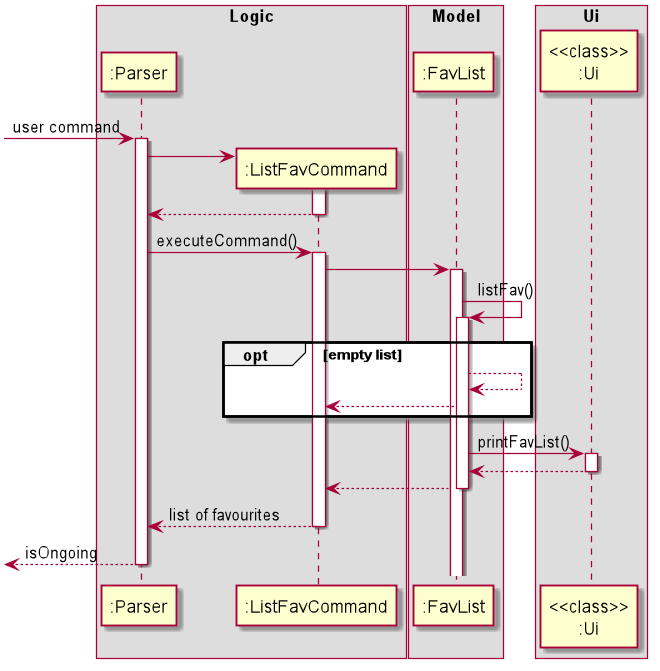
Above: docs/DG_Diagrams/ListFavSequence.png in nus-cs2113-AY2021S1/tp (PlantUML), before the change. Its diagram source:
```plantuml
@startuml

box Logic
participant ":Parser"
participant ":ListFavCommand"
end box
box Model
participant ":FavList"
end box
box Ui
participant "<<class>>\n:Ui"
end box

[-> ":Parser": user command
activate ":Parser"
create ":ListFavCommand"
":Parser" -> ":ListFavCommand"
activate ":ListFavCommand"
":ListFavCommand" --> ":Parser"
deactivate ":ListFavCommand"
":Parser" -> ":ListFavCommand": executeCommand()
activate ":ListFavCommand"

":ListFavCommand" -> ":FavList"
activate ":FavList"
":FavList" -> ":FavList": listFav()
activate ":FavList"
opt empty list
":FavList" --> ":FavList"
":FavList" --> ":ListFavCommand"
end
":FavList" -> "<<class>>\n:Ui": printFavList()
activate "<<class>>\n:Ui"
"<<class>>\n:Ui" --> ":FavList"
deactivate "<<class>>\n:Ui"
":FavList" --> ":ListFavCommand"
deactivate ":FavList"

":ListFavCommand" --> ":Parser": list of favourites
deactivate ":ListFavCommand"
[<-- ":Parser": isOngoing
deactivate ":Parser"
@enduml
```
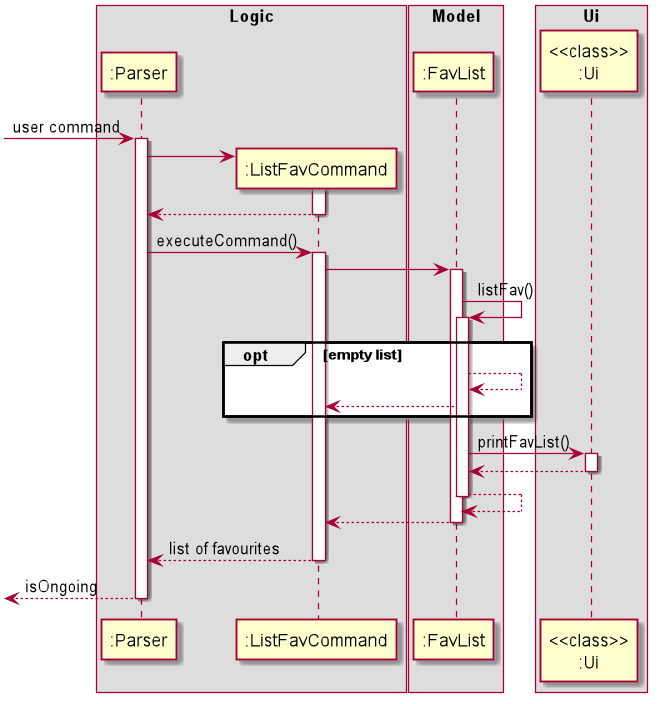
Later version of the same file.

Commit message:
Update /listfav sequence

The edit, as a diff of the source:
```diff
@@ -33,6 +33,8 @@
 activate "<<class>>\n:Ui"
 "<<class>>\n:Ui" --> ":FavList"
 deactivate "<<class>>\n:Ui"
+":FavList" --> ":FavList"
+deactivate ":FavList"
 ":FavList" --> ":ListFavCommand"
 deactivate ":FavList"
 
```
